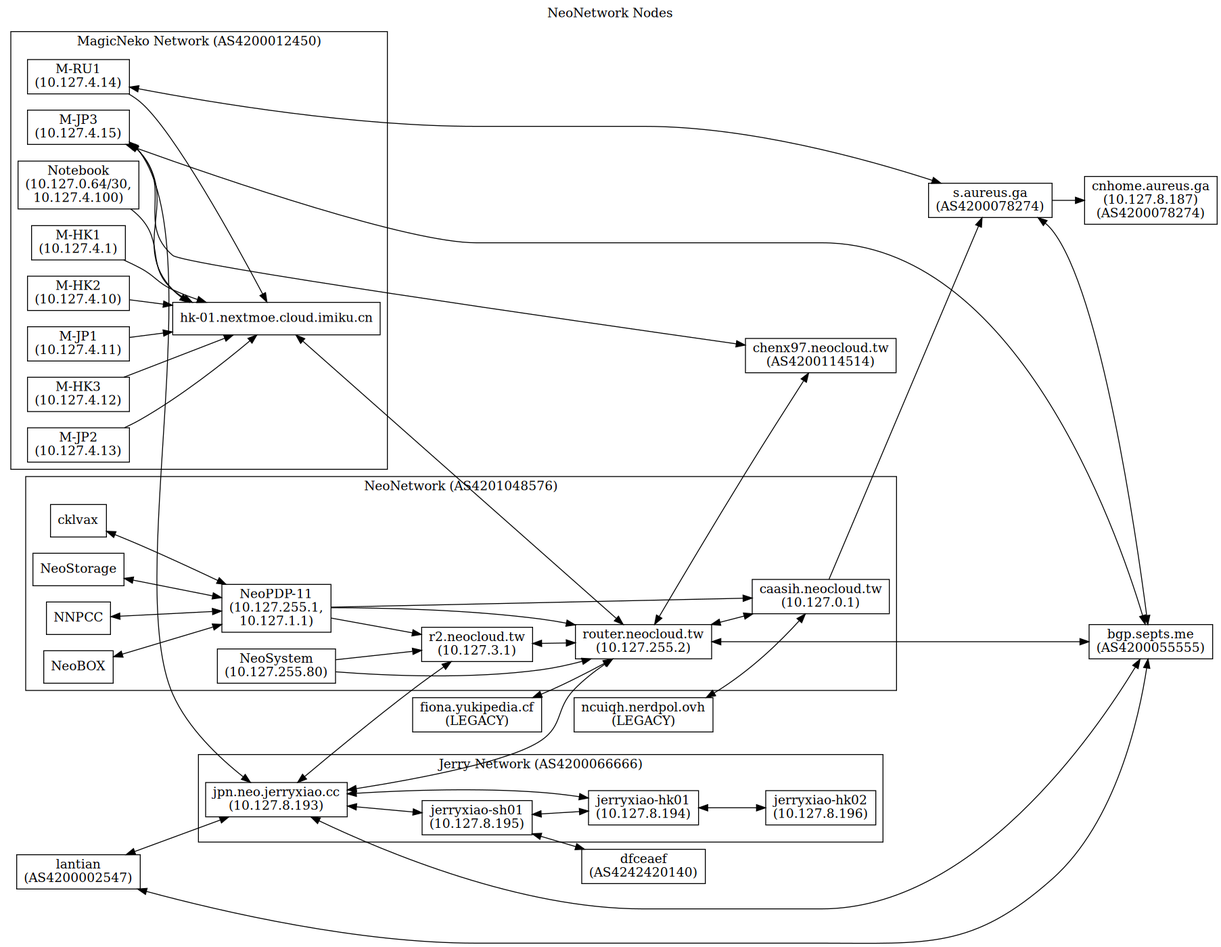
NeoCloud/NeoNetwork keeps this Graphviz diagram as nodes.png. Above is the earlier version. Its source is kept beside it as nodes.dot.
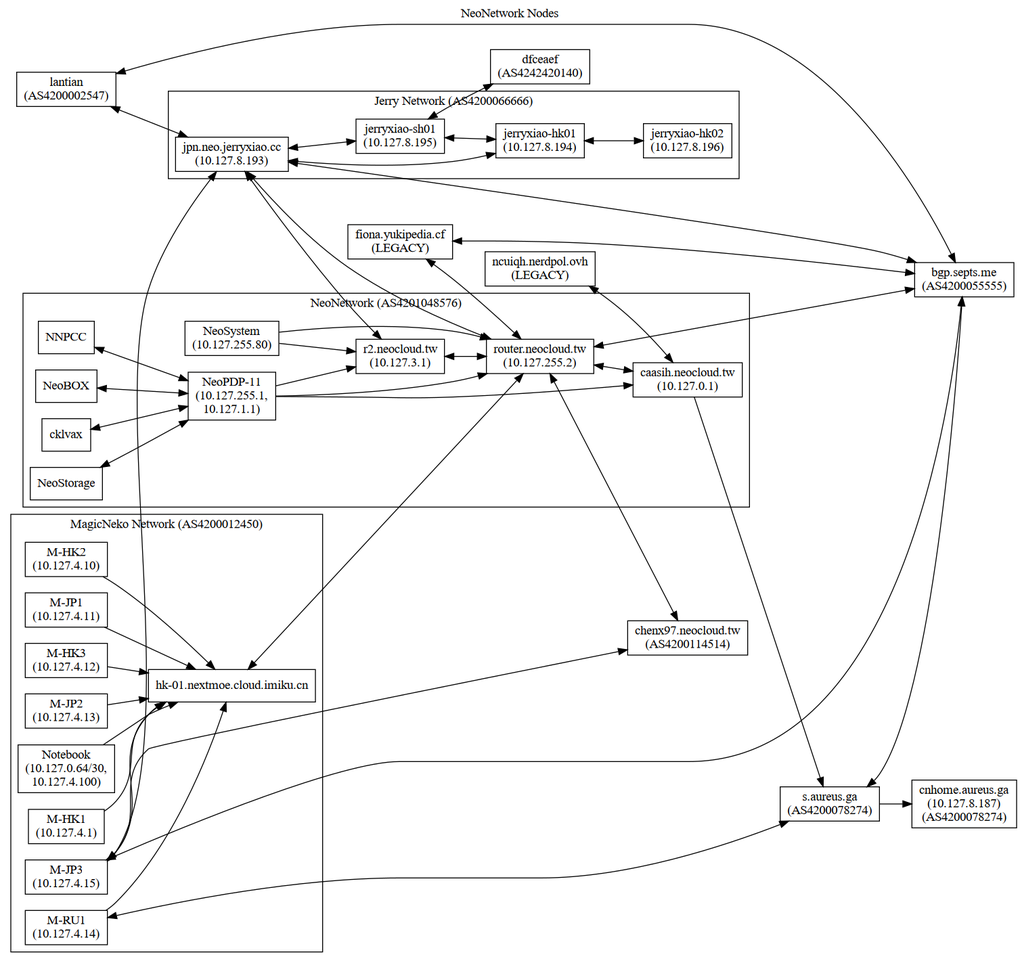
The same diagram one commit later.

Commit message:
add fionaLHS <-> septs on graph

Diff of the diagram source:
```diff
@@ -91,4 +91,5 @@
 	ucbvax -> septs [dir=both]
 	magicneko_JP03 -> chenx97 [dir=both]
 	magicneko_RU01 -> staph [dir=both]
+	fionaLHS -> septs [dir=both]
 }
```
